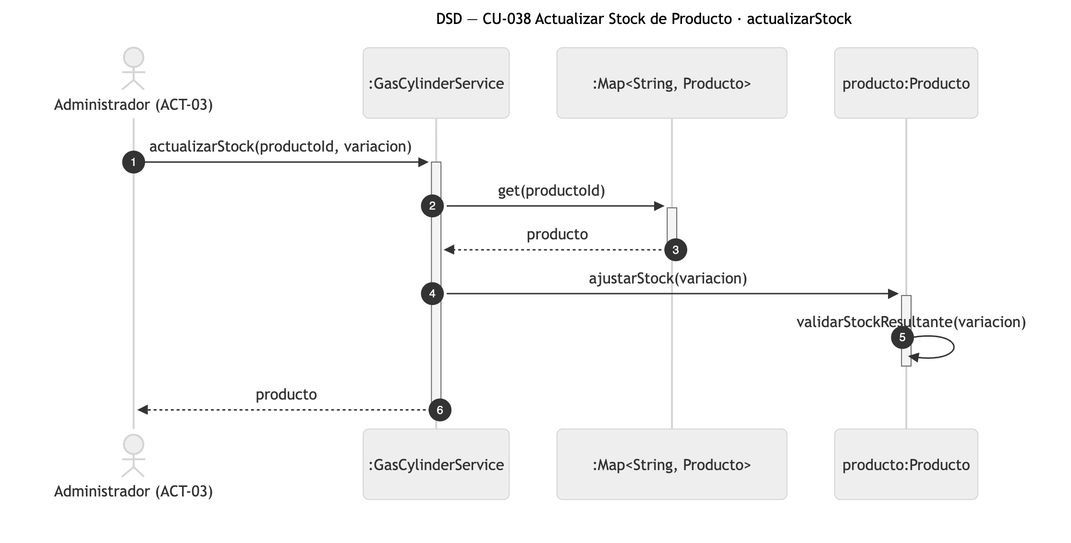
Above: diagramas/png/DSD_CU-038_actualizarStock.png in Nahuelito-Dev/splg-docs (Mermaid), before the change. Its source is kept beside it as diagramas/DSD_CU-038_actualizarStock.mmd. Source of this version:
```mermaid
sequenceDiagram
    title DSD — CU-038 Actualizar Stock de Producto · actualizarStock
    autonumber
    actor ADM as Administrador (ACT-03)
    participant SRV as :GasCylinderService
    participant COL as :Map#lt;String, Producto#gt;
    participant PRO as producto:Producto

    ADM->>+SRV: actualizarStock(productoId, variacion)
    SRV->>+COL: get(productoId)
    COL-->>-SRV: producto
    SRV->>+PRO: ajustarStock(variacion)
    PRO->>PRO: validarStockResultante(variacion)
    deactivate PRO
    SRV-->>-ADM: producto
```
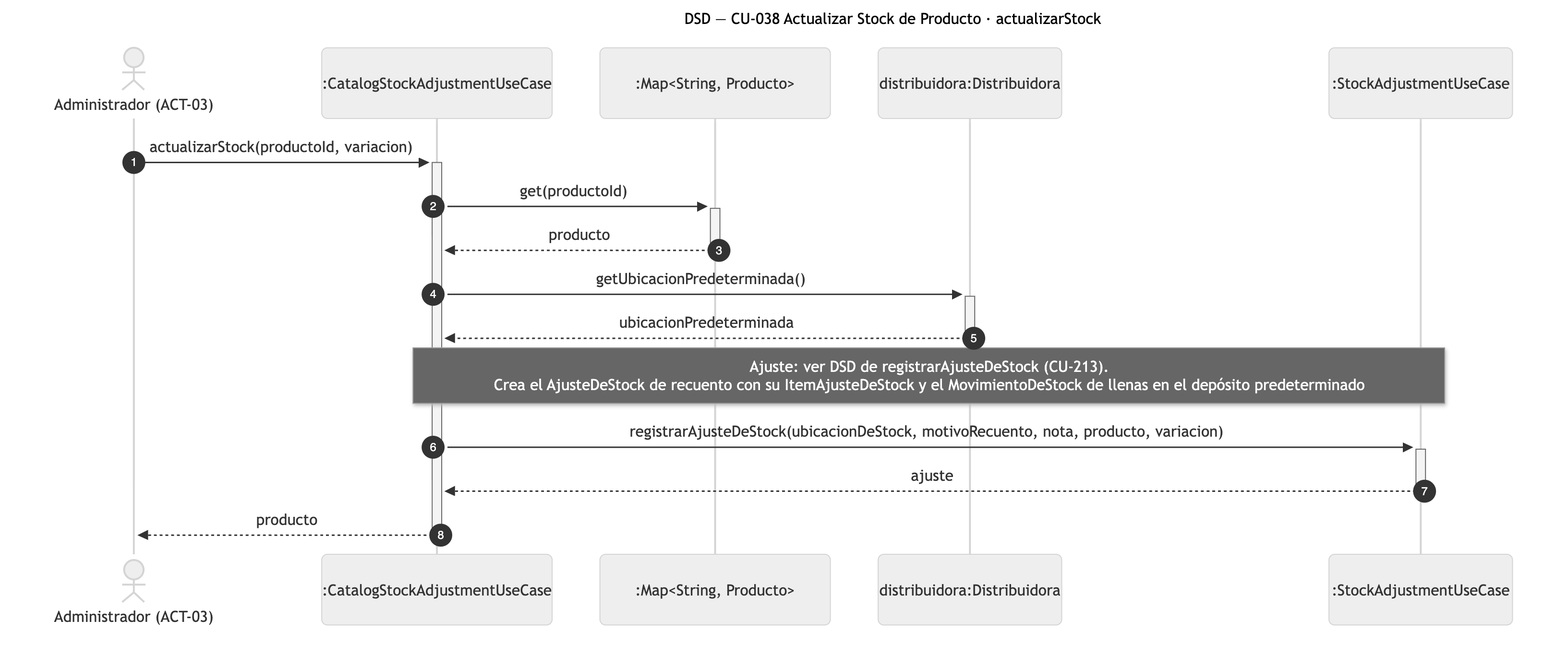
Later version of the same file.

What changed in the source:
```diff
@@ -2,14 +2,17 @@
     title DSD — CU-038 Actualizar Stock de Producto · actualizarStock
     autonumber
     actor ADM as Administrador (ACT-03)
-    participant SRV as :GasCylinderService
+    participant SRV as :CatalogStockAdjustmentUseCase
     participant COL as :Map#lt;String, Producto#gt;
-    participant PRO as producto:Producto
+    participant DIS as distribuidora:Distribuidora
+    participant AJU as :StockAdjustmentUseCase
 
     ADM->>+SRV: actualizarStock(productoId, variacion)
     SRV->>+COL: get(productoId)
     COL-->>-SRV: producto
-    SRV->>+PRO: ajustarStock(variacion)
-    PRO->>PRO: validarStockResultante(variacion)
-    deactivate PRO
+    SRV->>+DIS: getUbicacionPredeterminada()
+    DIS-->>-SRV: ubicacionPredeterminada
+    Note over SRV,AJU: Ajuste: ver DSD de registrarAjusteDeStock (CU-213).<br/>Crea el AjusteDeStock de recuento con su ItemAjusteDeStock y el MovimientoDeStock de llenas en el depósito predeterminado
+    SRV->>+AJU: registrarAjusteDeStock(ubicacionDeStock, motivoRecuento, nota, producto, variacion)
+    AJU-->>-SRV: ajuste
     SRV-->>-ADM: producto
```
